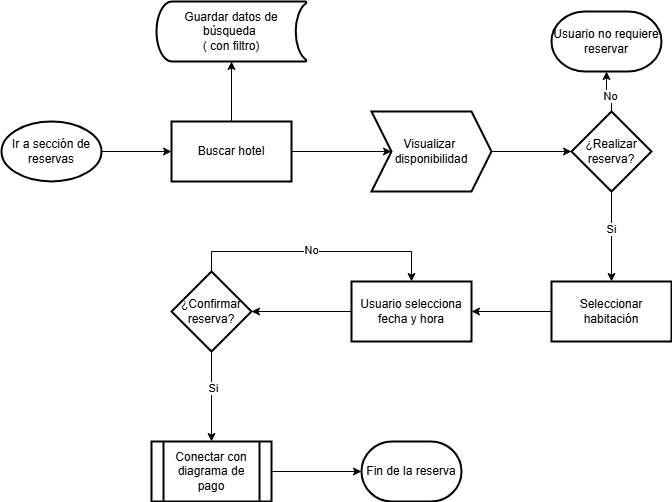
Earlier version of the draw.io export Flujograma de reserva de habitación.drawio.png (DjGuetta/App-Hotel-Management). Source tidied: cells renumbered, new cells last; positions are measured from the earlier drawing's top-left corner, leaving out a move shared by most shapes. The source it was exported from:
```xml
<mxGraphModel>
  <root>
    <mxCell id="0" />
    <mxCell id="1" parent="0" />
    <mxCell id="2" style="edgeStyle=orthogonalEdgeStyle;rounded=0;jettySize=auto;html=1;" parent="1" edge="1" source="3" target="5">
      <mxGeometry relative="1" as="geometry" />
    </mxCell>
    <mxCell id="3" value="Ir a sección de reservas" style="strokeWidth=2;html=1;shape=mxgraph.flowchart.start_1;whiteSpace=wrap;" parent="1" vertex="1">
      <mxGeometry y="120" width="100" height="60" as="geometry" />
    </mxCell>
    <mxCell id="4" style="edgeStyle=orthogonalEdgeStyle;rounded=0;jettySize=auto;html=1;" parent="1" edge="1" source="5" target="19">
      <mxGeometry relative="1" as="geometry" />
    </mxCell>
    <mxCell id="5" value="&lt;div style=&quot;text-align: start;&quot;&gt;&lt;span style=&quot;background-color: transparent; color: light-dark(rgb(0, 0, 0), rgb(255, 255, 255));&quot;&gt;Buscar hotel&lt;/span&gt;&lt;/div&gt;" style="whiteSpace=wrap;html=1;strokeWidth=2;" parent="1" vertex="1">
      <mxGeometry x="170" y="120" width="120" height="60" as="geometry" />
    </mxCell>
    <mxCell id="6" style="edgeStyle=orthogonalEdgeStyle;rounded=0;jettySize=auto;html=1;" parent="1" edge="1" source="10" target="12">
      <mxGeometry relative="1" as="geometry" />
    </mxCell>
    <mxCell id="7" value="Si" style="edgeLabel;html=1;align=center;verticalAlign=middle;" parent="6" vertex="1">
      <mxGeometry x="-0.18" y="-1" relative="1" as="geometry" />
    </mxCell>
    <mxCell id="8" style="edgeStyle=orthogonalEdgeStyle;rounded=0;jettySize=auto;html=1;" parent="1" edge="1" source="10" target="15">
      <mxGeometry relative="1" as="geometry" />
    </mxCell>
    <mxCell id="9" value="No" style="edgeLabel;html=1;align=center;verticalAlign=middle;" parent="8" vertex="1">
      <mxGeometry x="-0.3" y="2" relative="1" as="geometry" />
    </mxCell>
    <mxCell id="10" value="¿Realizar reserva?" style="rhombus;whiteSpace=wrap;html=1;strokeWidth=2;" parent="1" vertex="1">
      <mxGeometry x="570" y="110" width="80" height="80" as="geometry" />
    </mxCell>
    <mxCell id="11" style="edgeStyle=orthogonalEdgeStyle;rounded=0;jettySize=auto;html=1;exitX=0;exitY=0.5;exitDx=0;exitDy=0;entryX=1;entryY=0.5;entryDx=0;entryDy=0;" parent="1" edge="1" source="12" target="17">
      <mxGeometry relative="1" as="geometry" />
    </mxCell>
    <mxCell id="12" value="Seleccionar habitación" style="whiteSpace=wrap;html=1;strokeWidth=2;" parent="1" vertex="1">
      <mxGeometry x="550" y="280" width="120" height="60" as="geometry" />
    </mxCell>
    <mxCell id="13" value="Guardar datos de búsqueda&amp;nbsp;&lt;div&gt;( con filtro)&lt;/div&gt;" style="strokeWidth=2;html=1;shape=mxgraph.flowchart.stored_data;whiteSpace=wrap;" parent="1" vertex="1">
      <mxGeometry x="155" width="150" height="60" as="geometry" />
    </mxCell>
    <mxCell id="14" style="edgeStyle=orthogonalEdgeStyle;rounded=0;jettySize=auto;html=1;entryX=0.5;entryY=1;entryDx=0;entryDy=0;entryPerimeter=0;" parent="1" edge="1" source="5" target="13">
      <mxGeometry relative="1" as="geometry" />
    </mxCell>
    <mxCell id="15" value="Usuario no requiere reservar" style="strokeWidth=2;html=1;shape=mxgraph.flowchart.terminator;whiteSpace=wrap;" parent="1" vertex="1">
      <mxGeometry x="550" y="10" width="110" height="60" as="geometry" />
    </mxCell>
    <mxCell id="16" style="edgeStyle=orthogonalEdgeStyle;rounded=0;jettySize=auto;html=1;" parent="1" edge="1" source="17" target="24">
      <mxGeometry relative="1" as="geometry" />
    </mxCell>
    <mxCell id="17" value="Usuario selecciona fecha y hora" style="whiteSpace=wrap;html=1;strokeWidth=2;" parent="1" vertex="1">
      <mxGeometry x="350" y="280" width="120" height="60" as="geometry" />
    </mxCell>
    <mxCell id="18" style="edgeStyle=orthogonalEdgeStyle;rounded=0;jettySize=auto;html=1;entryX=0;entryY=0.5;entryDx=0;entryDy=0;" parent="1" edge="1" source="19" target="10">
      <mxGeometry relative="1" as="geometry" />
    </mxCell>
    <mxCell id="19" value="Visualizar&amp;nbsp;&lt;div&gt;disponibilidad&lt;/div&gt;" style="shape=step;perimeter=stepPerimeter;whiteSpace=wrap;html=1;fixedSize=1;strokeWidth=2;align=center;" parent="1" vertex="1">
      <mxGeometry x="370" y="110" width="120" height="80" as="geometry" />
    </mxCell>
    <mxCell id="20" style="edgeStyle=orthogonalEdgeStyle;rounded=0;jettySize=auto;html=1;entryX=0.5;entryY=0;entryDx=0;entryDy=0;" parent="1" edge="1" source="24" target="17">
      <mxGeometry relative="1" as="geometry">
        <Array as="points">
          <mxPoint x="210" y="250" />
          <mxPoint x="410" y="250" />
        </Array>
      </mxGeometry>
    </mxCell>
    <mxCell id="21" value="No" style="edgeLabel;html=1;align=center;verticalAlign=middle;" parent="20" vertex="1">
      <mxGeometry x="-0.05" y="2" relative="1" as="geometry" />
    </mxCell>
    <mxCell id="22" style="edgeStyle=orthogonalEdgeStyle;rounded=0;jettySize=auto;html=1;" parent="1" edge="1" source="24" target="25">
      <mxGeometry relative="1" as="geometry" />
    </mxCell>
    <mxCell id="23" value="Si" style="edgeLabel;html=1;align=center;verticalAlign=middle;" parent="22" vertex="1">
      <mxGeometry x="-0.2" y="1" relative="1" as="geometry" />
    </mxCell>
    <mxCell id="24" value="¿Confirmar reserva?" style="rhombus;whiteSpace=wrap;html=1;strokeWidth=2;" parent="1" vertex="1">
      <mxGeometry x="170" y="270" width="80" height="80" as="geometry" />
    </mxCell>
    <mxCell id="25" value="Conectar con diagrama de pago" style="shape=process;whiteSpace=wrap;html=1;backgroundOutline=1;strokeWidth=2;" parent="1" vertex="1">
      <mxGeometry x="150" y="440" width="120" height="60" as="geometry" />
    </mxCell>
    <mxCell id="26" value="Fin de la reserva" style="strokeWidth=2;html=1;shape=mxgraph.flowchart.terminator;whiteSpace=wrap;" parent="1" vertex="1">
      <mxGeometry x="360" y="440" width="100" height="60" as="geometry" />
    </mxCell>
    <mxCell id="27" style="edgeStyle=orthogonalEdgeStyle;rounded=0;jettySize=auto;html=1;exitX=1;exitY=0.5;exitDx=0;exitDy=0;entryX=0;entryY=0.5;entryDx=0;entryDy=0;entryPerimeter=0;" parent="1" edge="1" source="25" target="26">
      <mxGeometry relative="1" as="geometry" />
    </mxCell>
  </root>
</mxGraphModel>
```
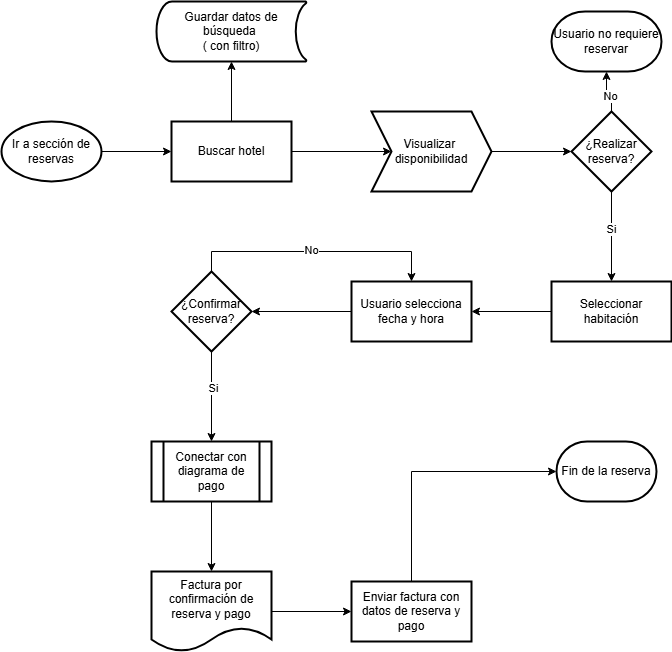
After the change.

The edit, as a diff of the source:
```diff
@@ -76,14 +76,26 @@
     <mxCell id="24" value="¿Confirmar reserva?" style="rhombus;whiteSpace=wrap;html=1;strokeWidth=2;" parent="1" vertex="1">
       <mxGeometry x="170" y="270" width="80" height="80" as="geometry" />
     </mxCell>
+    <mxCell id="28" style="edgeStyle=orthogonalEdgeStyle;rounded=0;jettySize=auto;html=1;" parent="1" edge="1" source="25" target="30">
+      <mxGeometry relative="1" as="geometry" />
+    </mxCell>
     <mxCell id="25" value="Conectar con diagrama de pago" style="shape=process;whiteSpace=wrap;html=1;backgroundOutline=1;strokeWidth=2;" parent="1" vertex="1">
       <mxGeometry x="150" y="440" width="120" height="60" as="geometry" />
     </mxCell>
     <mxCell id="26" value="Fin de la reserva" style="strokeWidth=2;html=1;shape=mxgraph.flowchart.terminator;whiteSpace=wrap;" parent="1" vertex="1">
-      <mxGeometry x="360" y="440" width="100" height="60" as="geometry" />
+      <mxGeometry x="555" y="440" width="100" height="60" as="geometry" />
     </mxCell>
-    <mxCell id="27" style="edgeStyle=orthogonalEdgeStyle;rounded=0;jettySize=auto;html=1;exitX=1;exitY=0.5;exitDx=0;exitDy=0;entryX=0;entryY=0.5;entryDx=0;entryDy=0;entryPerimeter=0;" parent="1" edge="1" source="25" target="26">
-      <mxGeometry relative="1" as="geometry" />
-    </mxCell>
+    <mxCell id="29" style="edgeStyle=orthogonalEdgeStyle;rounded=0;jettySize=auto;html=1;" parent="1" edge="1" source="30" target="31">
+      <mxGeometry relative="1" as="geometry" />
+    </mxCell>
+    <mxCell id="30" value="Factura por confirmación de reserva y pago" style="shape=document;whiteSpace=wrap;html=1;boundedLbl=1;strokeWidth=2;" parent="1" vertex="1">
+      <mxGeometry x="150" y="570" width="120" height="80" as="geometry" />
+    </mxCell>
+    <mxCell id="31" value="Enviar factura con datos de reserva y pago" style="whiteSpace=wrap;html=1;strokeWidth=2;" parent="1" vertex="1">
+      <mxGeometry x="350" y="580" width="120" height="60" as="geometry" />
+    </mxCell>
+    <mxCell id="32" style="edgeStyle=orthogonalEdgeStyle;rounded=0;jettySize=auto;html=1;exitX=0.5;exitY=0;exitDx=0;exitDy=0;entryX=0;entryY=0.5;entryDx=0;entryDy=0;entryPerimeter=0;" parent="1" edge="1" source="31" target="26">
+      <mxGeometry relative="1" as="geometry" />
+    </mxCell>
   </root>
 </mxGraphModel>
```
